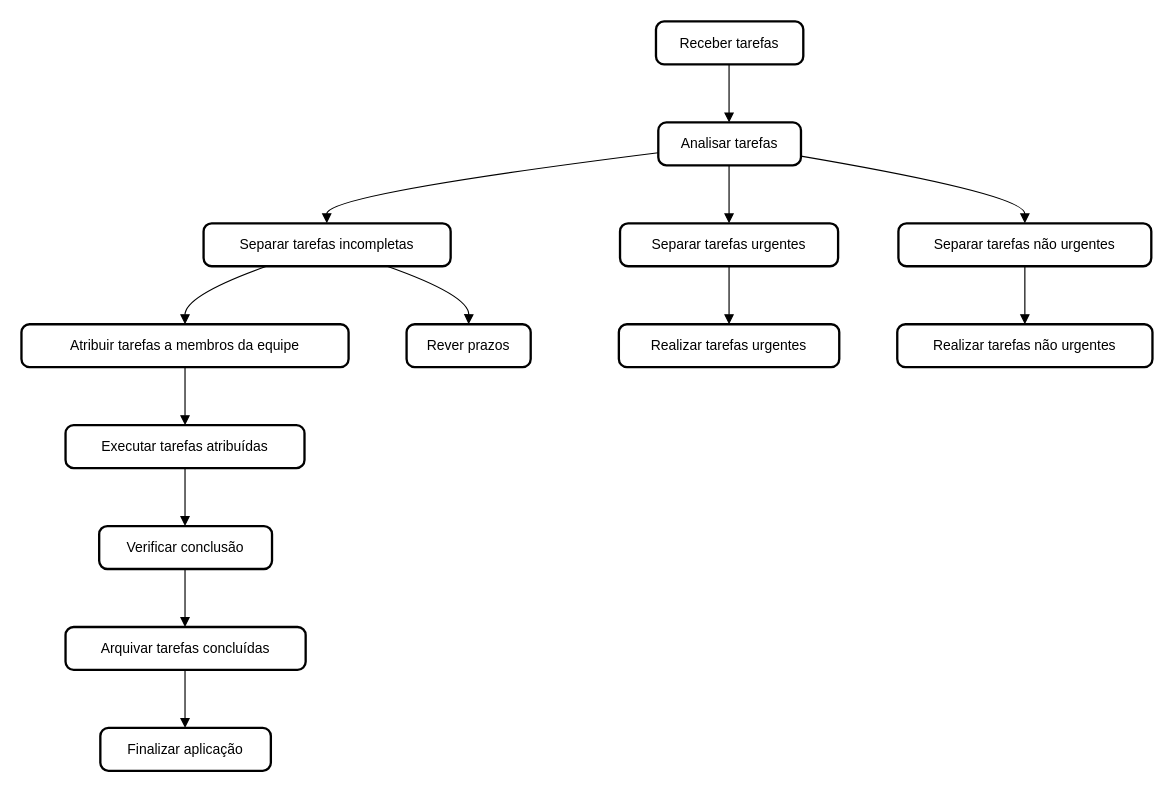
Earlier version of the draw.io diagram Estrutura "Agenda de Tarefas Inteligente".drawio (IsisVO11/GITHUB). Source tidied: cells renumbered, new cells numbered last; positions are measured from the earlier drawing's top-left corner, leaving out a move shared by most shapes. Both pictures are drawn from the tidied source at 116%, with x=0, y=0 at pixel (21, 21).
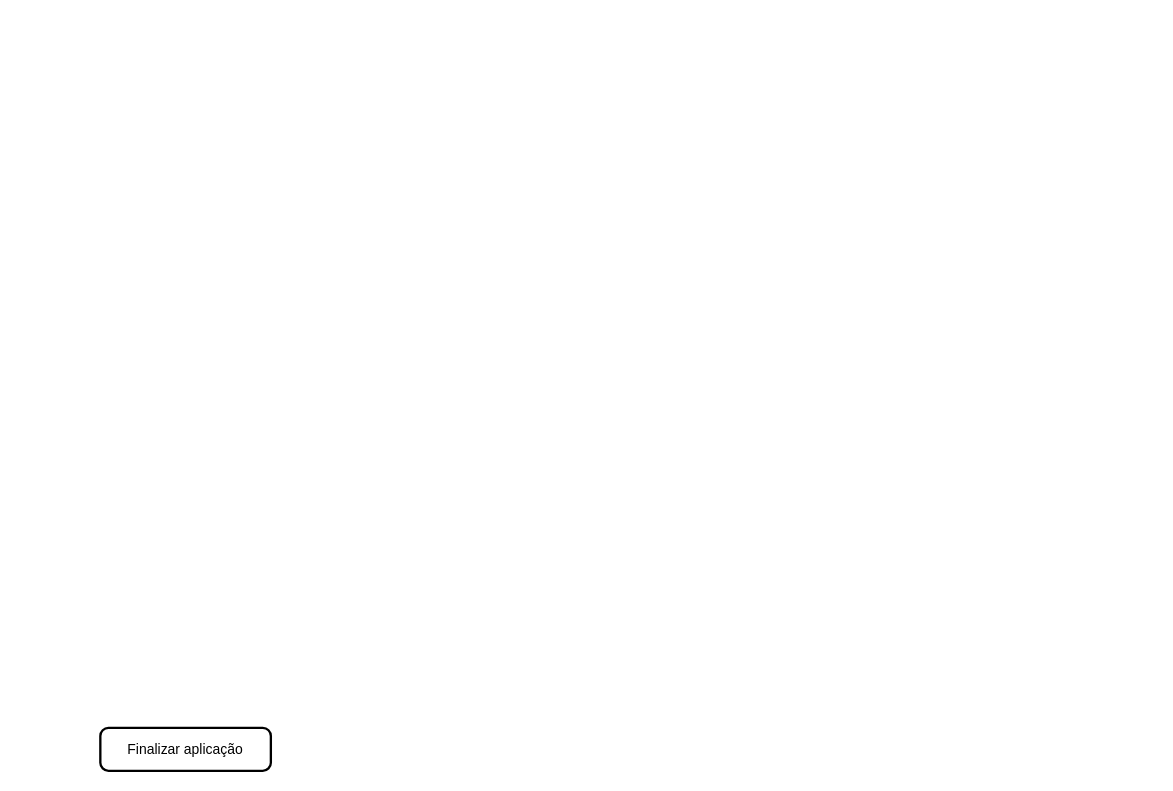
The same page after the edit.

Unchanged cells that the change refers to:
```xml
<mxCell id="14" value="Finalizar aplicação" style="rounded=1;absoluteArcSize=1;arcSize=14;whiteSpace=wrap;strokeWidth=2;" parent="1" vertex="1">
  <mxGeometry x="68" y="609" width="147" height="37" as="geometry" />
</mxCell>
```

What changed in the source:
```diff
@@
-    <mxCell id="2" value="Receber tarefas" style="rounded=1;absoluteArcSize=1;arcSize=14;whiteSpace=wrap;strokeWidth=2;" parent="1" vertex="1">
-      <mxGeometry x="547" width="127" height="37" as="geometry" />
-    </mxCell>
-    <mxCell id="3" value="Analisar tarefas" style="rounded=1;absoluteArcSize=1;arcSize=14;whiteSpace=wrap;strokeWidth=2;" parent="1" vertex="1">
-      <mxGeometry x="549" y="87" width="123" height="37" as="geometry" />
-    </mxCell>
-    <mxCell id="4" value="Separar tarefas urgentes" style="rounded=1;absoluteArcSize=1;arcSize=14;whiteSpace=wrap;strokeWidth=2;" parent="1" vertex="1">
-      <mxGeometry x="516" y="174" width="188" height="37" as="geometry" />
-    </mxCell>
-    <mxCell id="5" value="Separar tarefas não urgentes" style="rounded=1;absoluteArcSize=1;arcSize=14;whiteSpace=wrap;strokeWidth=2;" parent="1" vertex="1">
-      <mxGeometry x="756" y="174" width="218" height="37" as="geometry" />
-    </mxCell>
-    <mxCell id="6" value="Separar tarefas incompletas" style="rounded=1;absoluteArcSize=1;arcSize=14;whiteSpace=wrap;strokeWidth=2;" parent="1" vertex="1">
-      <mxGeometry x="157" y="174" width="213" height="37" as="geometry" />
-    </mxCell>
-    <mxCell id="7" value="Atribuir tarefas a membros da equipe" style="rounded=1;absoluteArcSize=1;arcSize=14;whiteSpace=wrap;strokeWidth=2;" parent="1" vertex="1">
-      <mxGeometry y="261" width="282" height="37" as="geometry" />
-    </mxCell>
-    <mxCell id="8" value="Rever prazos" style="rounded=1;absoluteArcSize=1;arcSize=14;whiteSpace=wrap;strokeWidth=2;" parent="1" vertex="1">
-      <mxGeometry x="332" y="261" width="107" height="37" as="geometry" />
-    </mxCell>
-    <mxCell id="9" value="Realizar tarefas urgentes" style="rounded=1;absoluteArcSize=1;arcSize=14;whiteSpace=wrap;strokeWidth=2;" parent="1" vertex="1">
-      <mxGeometry x="515" y="261" width="190" height="37" as="geometry" />
-    </mxCell>
-    <mxCell id="10" value="Realizar tarefas não urgentes" style="rounded=1;absoluteArcSize=1;arcSize=14;whiteSpace=wrap;strokeWidth=2;" parent="1" vertex="1">
-      <mxGeometry x="755" y="261" width="220" height="37" as="geometry" />
-    </mxCell>
-    <mxCell id="11" value="Executar tarefas atribuídas" style="rounded=1;absoluteArcSize=1;arcSize=14;whiteSpace=wrap;strokeWidth=2;" parent="1" vertex="1">
-      <mxGeometry x="38" y="348" width="206" height="37" as="geometry" />
-    </mxCell>
-    <mxCell id="12" value="Verificar conclusão" style="rounded=1;absoluteArcSize=1;arcSize=14;whiteSpace=wrap;strokeWidth=2;" parent="1" vertex="1">
-      <mxGeometry x="67" y="435" width="149" height="37" as="geometry" />
-    </mxCell>
-    <mxCell id="13" value="Arquivar tarefas concluídas" style="rounded=1;absoluteArcSize=1;arcSize=14;whiteSpace=wrap;strokeWidth=2;" parent="1" vertex="1">
-      <mxGeometry x="38" y="522" width="207" height="37" as="geometry" />
-    </mxCell>
@@
-    <mxCell id="15" style="curved=1;startArrow=none;endArrow=block;exitX=0.49606299212598426;exitY=1;entryX=0.4959349593495935;entryY=0;" parent="1" edge="1" source="2" target="3">
-      <mxGeometry relative="1" as="geometry" />
-    </mxCell>
-    <mxCell id="16" style="curved=1;startArrow=none;endArrow=block;exitX=0.4959349593495935;exitY=1;entryX=0.5;entryY=0;" parent="1" edge="1" source="3" target="4">
-      <mxGeometry relative="1" as="geometry" />
-    </mxCell>
-    <mxCell id="17" style="curved=1;startArrow=none;endArrow=block;exitX=0.9959349593495935;exitY=0.7835453100158981;entryX=0.5;entryY=0;" parent="1" edge="1" source="3" target="5">
-      <mxGeometry relative="1" as="geometry">
-        <Array as="points">
-          <mxPoint x="865" y="149" />
-        </Array>
-      </mxGeometry>
-    </mxCell>
-    <mxCell id="18" style="curved=1;startArrow=none;endArrow=block;exitX=-0.0040650406504065045;exitY=0.7085192618718212;entryX=0.4988262910798122;entryY=0;" parent="1" edge="1" source="3" target="6">
-      <mxGeometry relative="1" as="geometry">
-        <Array as="points">
-          <mxPoint x="263" y="149" />
-        </Array>
-      </mxGeometry>
-    </mxCell>
-    <mxCell id="19" style="curved=1;startArrow=none;endArrow=block;exitX=0.254735308402137;exitY=1;entryX=0.5;entryY=0;" parent="1" edge="1" source="6" target="7">
-      <mxGeometry relative="1" as="geometry">
-        <Array as="points">
-          <mxPoint x="141" y="236" />
-        </Array>
-      </mxGeometry>
-    </mxCell>
-    <mxCell id="20" style="curved=1;startArrow=none;endArrow=block;exitX=0.7429172737574874;exitY=1;entryX=0.5;entryY=0;" parent="1" edge="1" source="6" target="8">
-      <mxGeometry relative="1" as="geometry">
-        <Array as="points">
-          <mxPoint x="386" y="236" />
-        </Array>
-      </mxGeometry>
-    </mxCell>
-    <mxCell id="21" style="curved=1;startArrow=none;endArrow=block;exitX=0.5;exitY=1;entryX=0.5;entryY=0;" parent="1" edge="1" source="4" target="9">
-      <mxGeometry relative="1" as="geometry" />
-    </mxCell>
-    <mxCell id="22" style="curved=1;startArrow=none;endArrow=block;exitX=0.5;exitY=1;entryX=0.5;entryY=0;" parent="1" edge="1" source="5" target="10">
-      <mxGeometry relative="1" as="geometry" />
-    </mxCell>
-    <mxCell id="23" style="curved=1;startArrow=none;endArrow=block;exitX=0.5;exitY=1;entryX=0.5;entryY=0;" parent="1" edge="1" source="7" target="11">
-      <mxGeometry relative="1" as="geometry" />
-    </mxCell>
-    <mxCell id="24" style="curved=1;startArrow=none;endArrow=block;exitX=0.5;exitY=1;entryX=0.4966442953020134;entryY=0;" parent="1" edge="1" source="11" target="12">
-      <mxGeometry relative="1" as="geometry" />
-    </mxCell>
-    <mxCell id="25" style="curved=1;startArrow=none;endArrow=block;exitX=0.4966442953020134;exitY=1;entryX=0.4975845410628019;entryY=0;" parent="1" edge="1" source="12" target="13">
-      <mxGeometry relative="1" as="geometry" />
-    </mxCell>
-    <mxCell id="26" style="curved=1;startArrow=none;endArrow=block;exitX=0.4975845410628019;exitY=1;entryX=0.4965986394557823;entryY=0;" parent="1" edge="1" source="13" target="14">
-      <mxGeometry relative="1" as="geometry" />
-    </mxCell>
```
